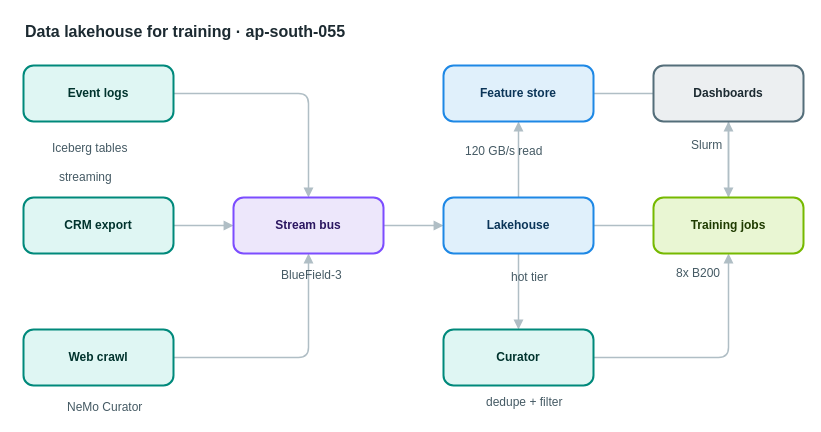
Before: apps/web/public/samples/library/055-data-lakehouse-for-training.drawio in AryanG01/open-apprentice, a draw.io diagram. Source tidied: cells renumbered, new cells numbered last; positions are measured from the earlier drawing's top-left corner, leaving out a move shared by most shapes. Both pictures are drawn from the tidied source at 100%, with x=0, y=0 at pixel (23, 17).
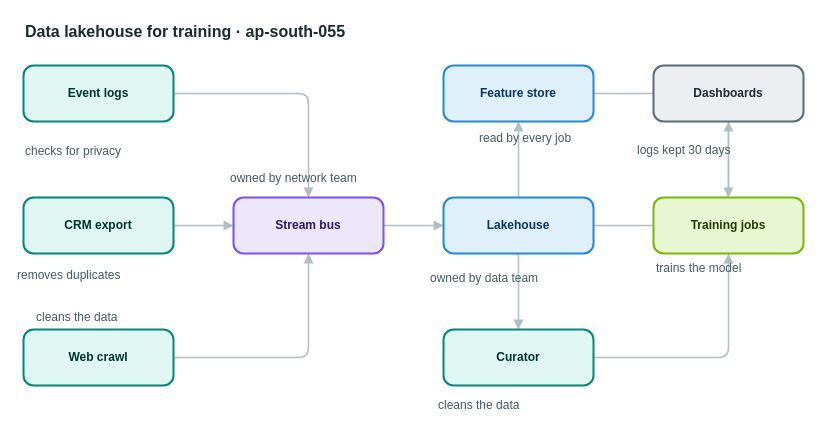
After the change.

What changed in the source:
```diff
@@
-    <mxCell id="21" value="Iceberg tables" style="text;html=1;align=left;verticalAlign=top;whiteSpace=nowrap;spacing=0;spacingTop=0;strokeColor=none;fillColor=none;fontSize=12;fontColor=#455a64;" parent="1" vertex="1">
-      <mxGeometry x="29" y="119" width="110" height="20" as="geometry" />
+    <mxCell id="21" value="checks for privacy" style="text;html=1;align=left;verticalAlign=top;whiteSpace=nowrap;spacing=0;spacingTop=0;strokeColor=none;fillColor=none;fontSize=12;fontColor=#455a64;" parent="1" vertex="1">
+      <mxGeometry x="2" y="122" width="138" height="20" as="geometry" />
     </mxCell>
-    <mxCell id="22" value="streaming" style="text;html=1;align=left;verticalAlign=top;whiteSpace=nowrap;spacing=0;spacingTop=0;strokeColor=none;fillColor=none;fontSize=12;fontColor=#455a64;" parent="1" vertex="1">
-      <mxGeometry x="36" y="148" width="75" height="20" as="geometry" />
+    <mxCell id="22" value="removes duplicates" style="text;html=1;align=left;verticalAlign=top;whiteSpace=nowrap;spacing=0;spacingTop=0;strokeColor=none;fillColor=none;fontSize=12;fontColor=#455a64;" parent="1" vertex="1">
+      <mxGeometry x="-6" y="246" width="138" height="20" as="geometry" />
     </mxCell>
-    <mxCell id="23" value="NeMo Curator" style="text;html=1;align=left;verticalAlign=top;whiteSpace=nowrap;spacing=0;spacingTop=0;strokeColor=none;fillColor=none;fontSize=12;fontColor=#455a64;" parent="1" vertex="1">
-      <mxGeometry x="44" y="378" width="96" height="20" as="geometry" />
+    <mxCell id="23" value="cleans the data" style="text;html=1;align=left;verticalAlign=top;whiteSpace=nowrap;spacing=0;spacingTop=0;strokeColor=none;fillColor=none;fontSize=12;fontColor=#455a64;" parent="1" vertex="1">
+      <mxGeometry x="13" y="288" width="117" height="20" as="geometry" />
     </mxCell>
-    <mxCell id="24" value="BlueField-3" style="text;html=1;align=left;verticalAlign=top;whiteSpace=nowrap;spacing=0;spacingTop=0;strokeColor=none;fillColor=none;fontSize=12;fontColor=#455a64;" parent="1" vertex="1">
-      <mxGeometry x="258" y="246" width="89" height="20" as="geometry" />
+    <mxCell id="24" value="owned by network team" style="text;html=1;align=left;verticalAlign=top;whiteSpace=nowrap;spacing=0;spacingTop=0;strokeColor=none;fillColor=none;fontSize=12;fontColor=#455a64;" parent="1" vertex="1">
+      <mxGeometry x="207" y="149" width="159" height="20" as="geometry" />
     </mxCell>
-    <mxCell id="25" value="hot tier" style="text;html=1;align=left;verticalAlign=top;whiteSpace=nowrap;spacing=0;spacingTop=0;strokeColor=none;fillColor=none;fontSize=12;fontColor=#455a64;" parent="1" vertex="1">
-      <mxGeometry x="488" y="248" width="68" height="20" as="geometry" />
+    <mxCell id="25" value="owned by data team" style="text;html=1;align=left;verticalAlign=top;whiteSpace=nowrap;spacing=0;spacingTop=0;strokeColor=none;fillColor=none;fontSize=12;fontColor=#455a64;" parent="1" vertex="1">
+      <mxGeometry x="407" y="249" width="138" height="20" as="geometry" />
     </mxCell>
-    <mxCell id="26" value="120 GB/s read" style="text;html=1;align=left;verticalAlign=top;whiteSpace=nowrap;spacing=0;spacingTop=0;strokeColor=none;fillColor=none;fontSize=12;fontColor=#455a64;" parent="1" vertex="1">
-      <mxGeometry x="442" y="122" width="103" height="20" as="geometry" />
+    <mxCell id="26" value="read by every job" style="text;html=1;align=left;verticalAlign=top;whiteSpace=nowrap;spacing=0;spacingTop=0;strokeColor=none;fillColor=none;fontSize=12;fontColor=#455a64;" parent="1" vertex="1">
+      <mxGeometry x="456" y="109" width="131" height="20" as="geometry" />
     </mxCell>
-    <mxCell id="27" value="dedupe + filter" style="text;html=1;align=left;verticalAlign=top;whiteSpace=nowrap;spacing=0;spacingTop=0;strokeColor=none;fillColor=none;fontSize=12;fontColor=#455a64;" parent="1" vertex="1">
-      <mxGeometry x="463" y="373" width="117" height="20" as="geometry" />
+    <mxCell id="27" value="cleans the data" style="text;html=1;align=left;verticalAlign=top;whiteSpace=nowrap;spacing=0;spacingTop=0;strokeColor=none;fillColor=none;fontSize=12;fontColor=#455a64;" parent="1" vertex="1">
+      <mxGeometry x="415" y="376" width="117" height="20" as="geometry" />
     </mxCell>
-    <mxCell id="28" value="8x B200" style="text;html=1;align=left;verticalAlign=top;whiteSpace=nowrap;spacing=0;spacingTop=0;strokeColor=none;fillColor=none;fontSize=12;fontColor=#455a64;" parent="1" vertex="1">
-      <mxGeometry x="653" y="244" width="61" height="20" as="geometry" />
+    <mxCell id="28" value="trains the model" style="text;html=1;align=left;verticalAlign=top;whiteSpace=nowrap;spacing=0;spacingTop=0;strokeColor=none;fillColor=none;fontSize=12;fontColor=#455a64;" parent="1" vertex="1">
+      <mxGeometry x="633" y="239" width="124" height="20" as="geometry" />
     </mxCell>
-    <mxCell id="29" value="Slurm" style="text;html=1;align=left;verticalAlign=top;whiteSpace=nowrap;spacing=0;spacingTop=0;strokeColor=none;fillColor=none;fontSize=12;fontColor=#455a64;" parent="1" vertex="1">
-      <mxGeometry x="668" y="116" width="47" height="20" as="geometry" />
+    <mxCell id="29" value="logs kept 30 days" style="text;html=1;align=left;verticalAlign=top;whiteSpace=nowrap;spacing=0;spacingTop=0;strokeColor=none;fillColor=none;fontSize=12;fontColor=#455a64;" parent="1" vertex="1">
+      <mxGeometry x="614" y="121" width="131" height="20" as="geometry" />
     </mxCell>
```
